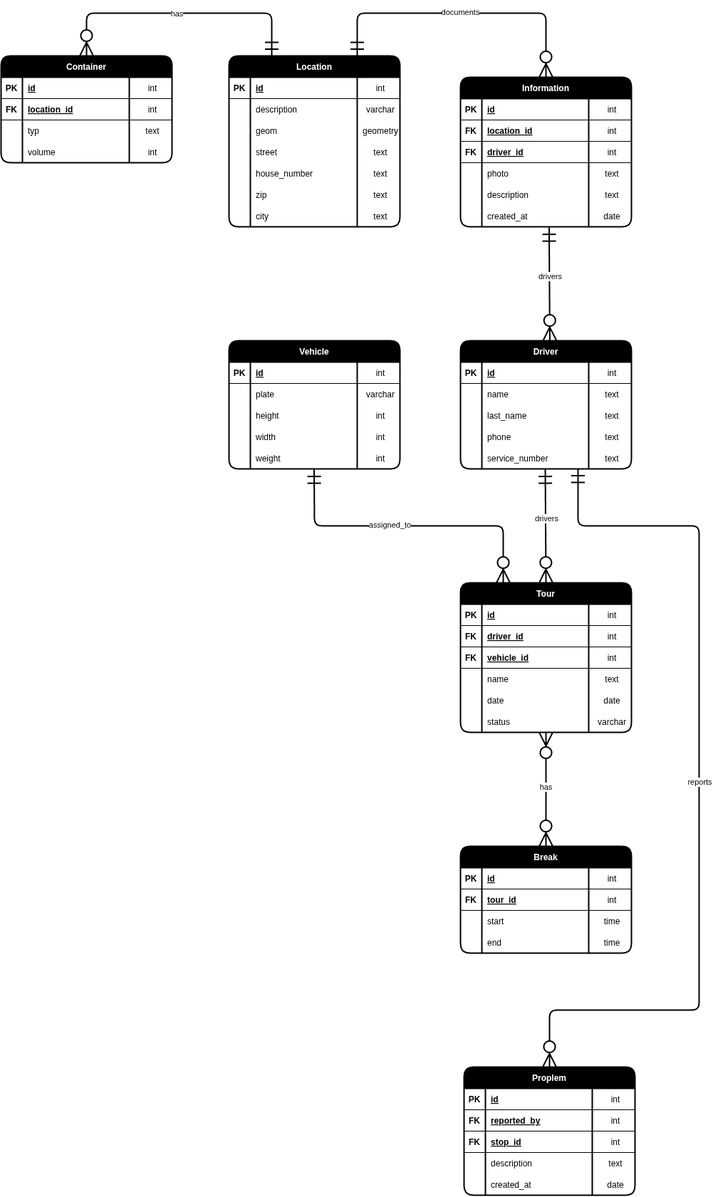
Above: docs/database/erd.drawio.png in gabrielbindi/VoBi-Tour (draw.io), before the change. Source tidied: cells renumbered, new cells last; positions are measured from the earlier drawing's top-left corner, leaving out a move shared by most shapes.
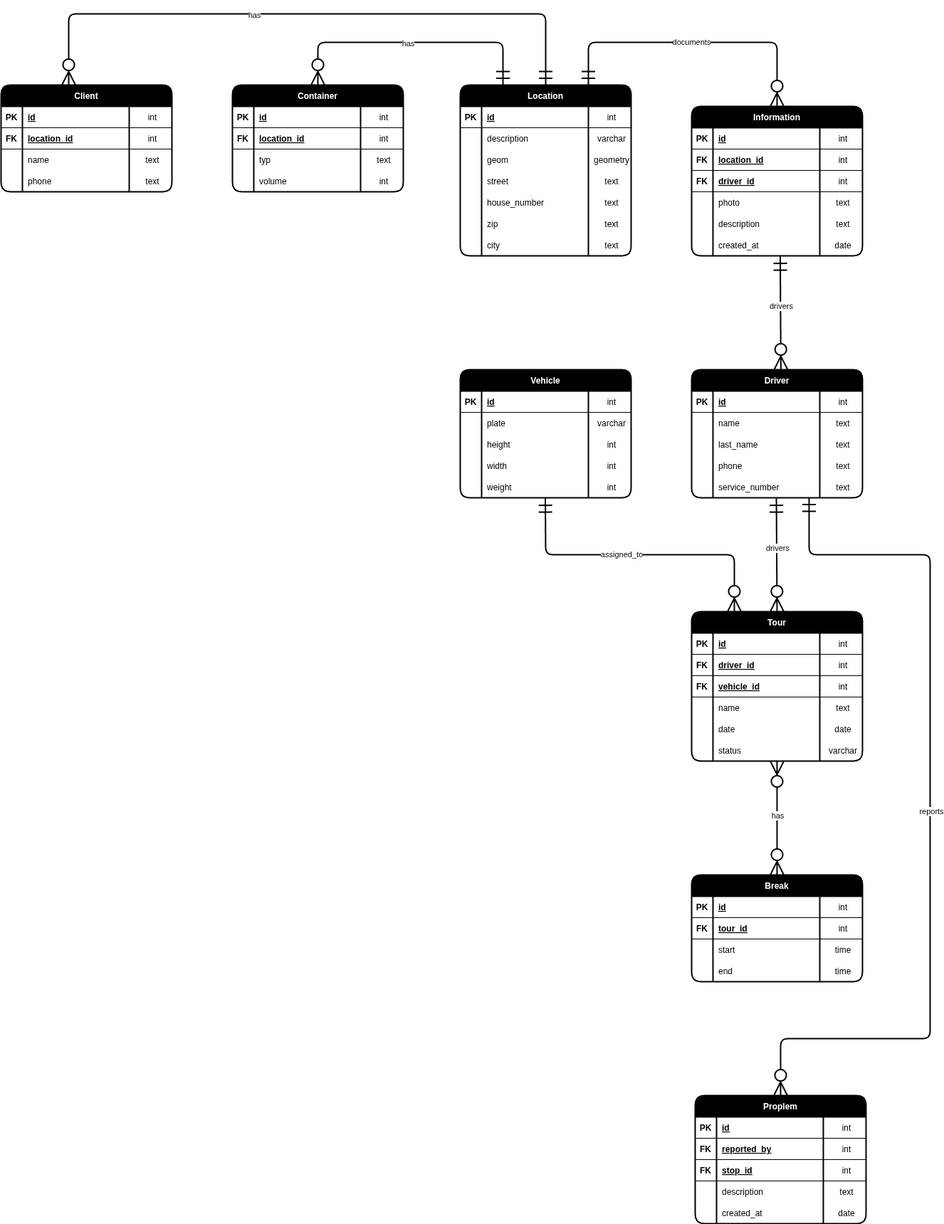
After the change.

Commit message:
#19 Client added one to many

What changed in the source:
```diff
@@ -605,5 +605,70 @@
         <mxPoint x="-28" as="offset" />
       </mxGeometry>
     </mxCell>
+    <mxCell id="192" value="Client" style="shape=table;startSize=30;rowLines=0;fontStyle=1;align=center;swimlaneFillColor=none;fillColor=#000000;fontColor=#FFFFFF;strokeWidth=2;rounded=1;" parent="1" vertex="1">
+      <mxGeometry x="-325" y="60" width="240" height="150" as="geometry" />
+    </mxCell>
+    <mxCell id="193" style="shape=tableRow;horizontal=0;startSize=0;swimlaneHead=0;swimlaneBody=0;fillColor=none;top=0;left=0;right=0;bottom=1;" parent="192" vertex="1">
+      <mxGeometry y="30" width="240" height="30" as="geometry" />
+    </mxCell>
+    <mxCell id="194" value="PK" style="shape=partialRectangle;fillColor=none;top=0;left=0;bottom=0;right=0;fontStyle=1;overflow=hidden;" parent="193" vertex="1">
+      <mxGeometry width="30" height="30" as="geometry" />
+    </mxCell>
+    <mxCell id="195" value="id" style="shape=partialRectangle;fillColor=none;top=0;left=0;bottom=0;right=0;align=left;spacingLeft=6;fontStyle=5;overflow=hidden;" parent="193" vertex="1">
+      <mxGeometry x="30" width="150" height="30" as="geometry" />
+    </mxCell>
+    <mxCell id="196" value="int" style="shape=partialRectangle;fillColor=none;top=0;left=0;bottom=0;right=0;align=center;spacingLeft=6;fontStyle=0;overflow=hidden;" parent="193" vertex="1">
+      <mxGeometry x="180" width="60" height="30" as="geometry" />
+    </mxCell>
+    <mxCell id="197" style="shape=tableRow;horizontal=0;startSize=0;swimlaneHead=0;swimlaneBody=0;fillColor=none;top=0;left=0;right=0;bottom=1;" parent="192" vertex="1">
+      <mxGeometry y="60" width="240" height="30" as="geometry" />
+    </mxCell>
+    <mxCell id="198" value="FK" style="shape=partialRectangle;fillColor=none;top=0;left=0;bottom=0;right=0;fontStyle=1;overflow=hidden;" parent="197" vertex="1">
+      <mxGeometry width="30" height="30" as="geometry" />
+    </mxCell>
+    <mxCell id="199" value="location_id" style="shape=partialRectangle;fillColor=none;top=0;left=0;bottom=0;right=0;align=left;spacingLeft=6;fontStyle=5;overflow=hidden;" parent="197" vertex="1">
+      <mxGeometry x="30" width="150" height="30" as="geometry" />
+    </mxCell>
+    <mxCell id="200" value="int" style="shape=partialRectangle;fillColor=none;top=0;left=0;bottom=0;right=0;align=center;spacingLeft=6;fontStyle=0;overflow=hidden;" parent="197" vertex="1">
+      <mxGeometry x="180" width="60" height="30" as="geometry" />
+    </mxCell>
+    <mxCell id="201" style="shape=tableRow;horizontal=0;startSize=0;swimlaneHead=0;swimlaneBody=0;fillColor=none;top=0;left=0;right=0;bottom=0;" parent="192" vertex="1">
+      <mxGeometry y="90" width="240" height="30" as="geometry" />
+    </mxCell>
+    <mxCell id="202" style="shape=partialRectangle;fillColor=none;top=0;left=0;bottom=0;right=0;overflow=hidden;" parent="201" vertex="1">
+      <mxGeometry width="30" height="30" as="geometry" />
+    </mxCell>
+    <mxCell id="203" value="name" style="shape=partialRectangle;fillColor=none;top=0;left=0;bottom=0;right=0;align=left;spacingLeft=6;overflow=hidden;" parent="201" vertex="1">
+      <mxGeometry x="30" width="150" height="30" as="geometry" />
+    </mxCell>
+    <mxCell id="204" value="text" style="shape=partialRectangle;fillColor=none;top=0;left=0;bottom=0;right=0;align=center;spacingLeft=6;overflow=hidden;" parent="201" vertex="1">
+      <mxGeometry x="180" width="60" height="30" as="geometry" />
+    </mxCell>
+    <mxCell id="205" style="shape=tableRow;horizontal=0;startSize=0;swimlaneHead=0;swimlaneBody=0;fillColor=none;top=0;left=0;right=0;bottom=0;" parent="192" vertex="1">
+      <mxGeometry y="120" width="240" height="30" as="geometry" />
+    </mxCell>
+    <mxCell id="206" style="shape=partialRectangle;fillColor=none;top=0;left=0;bottom=0;right=0;overflow=hidden;" parent="205" vertex="1">
+      <mxGeometry width="30" height="30" as="geometry" />
+    </mxCell>
+    <mxCell id="207" value="phone" style="shape=partialRectangle;fillColor=none;top=0;left=0;bottom=0;right=0;align=left;spacingLeft=6;overflow=hidden;" parent="205" vertex="1">
+      <mxGeometry x="30" width="150" height="30" as="geometry" />
+    </mxCell>
+    <mxCell id="208" value="text" style="shape=partialRectangle;fillColor=none;top=0;left=0;bottom=0;right=0;align=center;spacingLeft=6;overflow=hidden;" parent="205" vertex="1">
+      <mxGeometry x="180" width="60" height="30" as="geometry" />
+    </mxCell>
+    <mxCell id="209" style="fontSize=12;html=1;endArrow=ERzeroToMany;startArrow=ERmandOne;entryX=0.5;entryY=0;entryDx=0;entryDy=0;endSize=16;startSize=16;targetPerimeterSpacing=0;strokeWidth=2;exitX=0.5;exitY=0;exitDx=0;exitDy=0;" parent="1" edge="1" source="142">
+      <mxGeometry relative="1" as="geometry">
+        <mxPoint x="-230" y="60" as="targetPoint" />
+        <Array as="points">
+          <mxPoint x="440" y="-40" />
+          <mxPoint x="-230" y="-40" />
+        </Array>
+      </mxGeometry>
+    </mxCell>
+    <mxCell id="210" value="has" style="edgeLabel;html=1;align=center;verticalAlign=middle;" parent="209" vertex="1">
+      <mxGeometry x="-0.13" y="1" relative="1" as="geometry">
+        <mxPoint x="-131" as="offset" />
+      </mxGeometry>
+    </mxCell>
   </root>
 </mxGraphModel>
```
